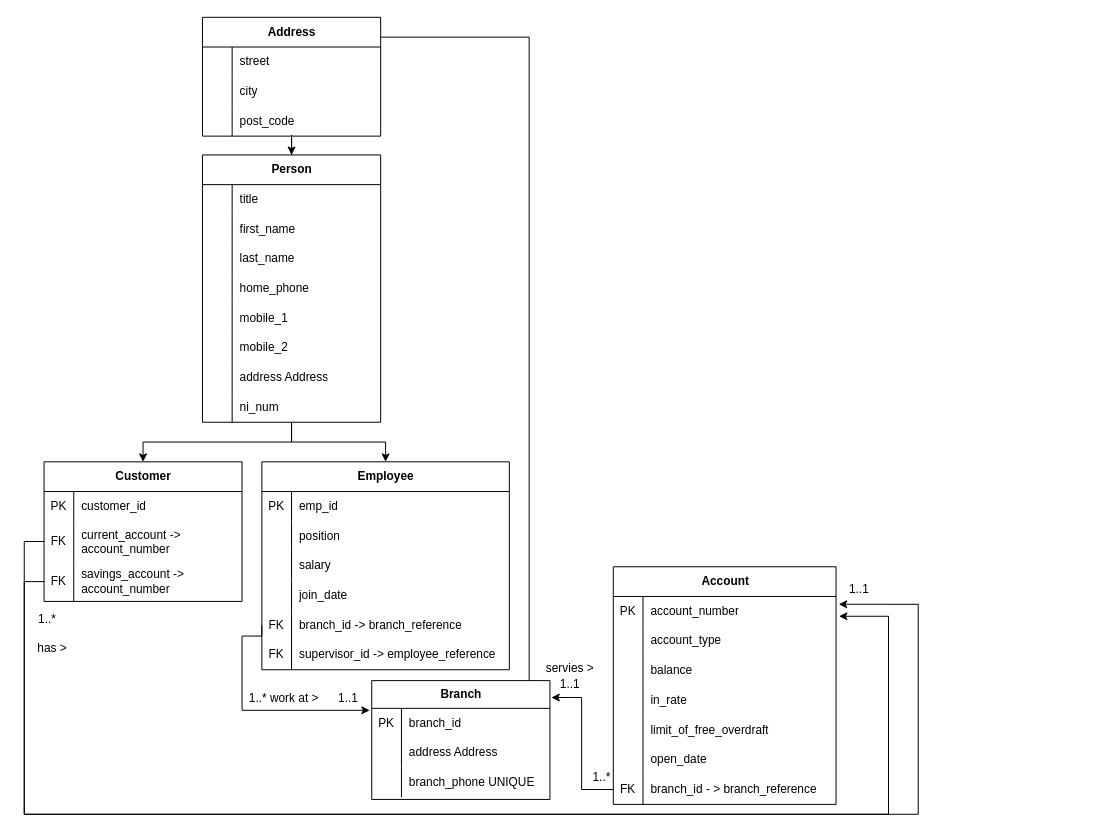
Before: ERD_UPDATE.drawio in ervette/systemathic-design, a draw.io diagram. Source tidied: cells renumbered, new cells numbered last; positions are measured from the earlier drawing's top-left corner, leaving out a move shared by most shapes. Both pictures are drawn from the tidied source at 99%, with x=0, y=0 at pixel (24, 17).
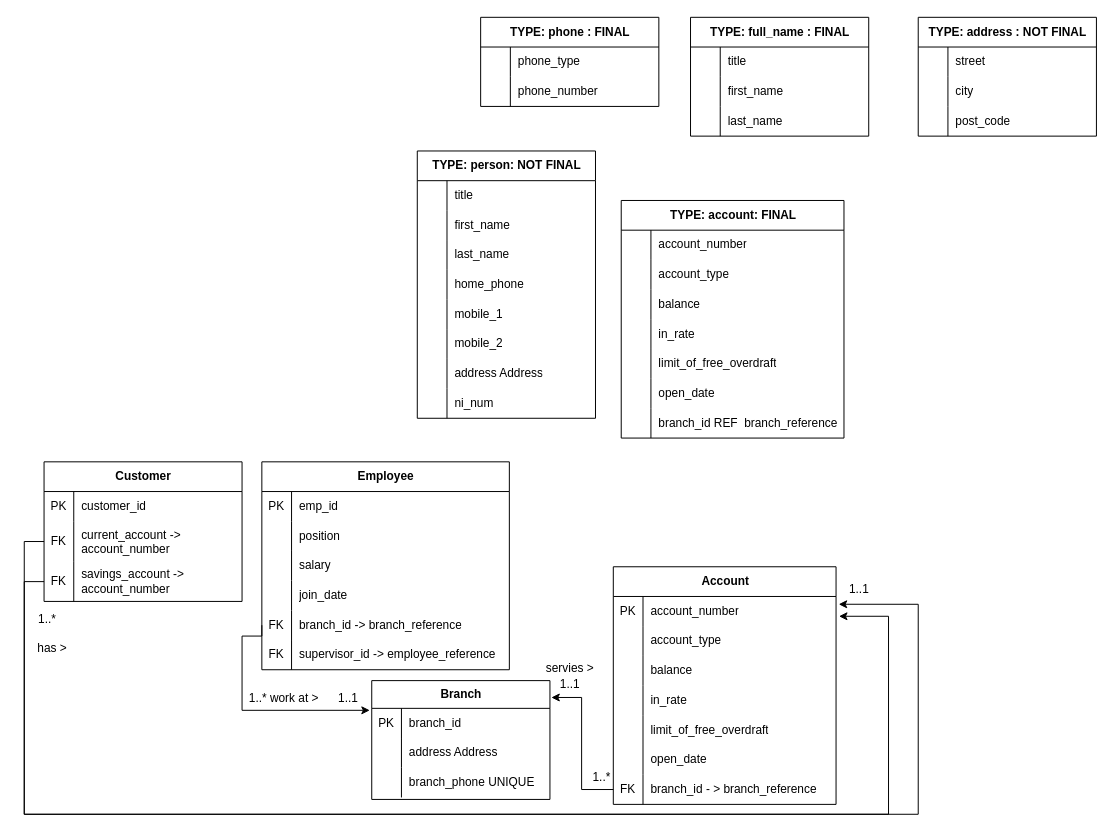
After the change.

The change refers to these unchanged cells:
```xml
<mxCell id="41" value="Employee" style="shape=table;startSize=30;childLayout=tableLayout;rowLines=0;fontStyle=1;align=center;html=1;" parent="1" vertex="1">
  <mxGeometry x="240" y="449" width="250" height="210" as="geometry" />
</mxCell>
<mxCell id="60" value="Customer" style="shape=table;startSize=30;childLayout=tableLayout;rowLines=0;fontStyle=1;align=center;html=1;" parent="1" vertex="1">
  <mxGeometry x="20" y="449" width="200" height="141" as="geometry" />
</mxCell>
```

Change to the diagram source:
```diff
@@
-    <mxCell id="2" style="edgeStyle=orthogonalEdgeStyle;rounded=0;jettySize=auto;html=1;entryX=0.5;entryY=0;entryDx=0;entryDy=0;" parent="1" edge="1" source="4" target="16">
-      <mxGeometry relative="1" as="geometry" />
-    </mxCell>
-    <mxCell id="3" style="edgeStyle=orthogonalEdgeStyle;rounded=0;jettySize=auto;html=1;" parent="1" edge="1" source="4">
-      <mxGeometry relative="1" as="geometry">
-        <mxPoint x="510" y="691" as="targetPoint" />
-        <Array as="points">
-          <mxPoint x="510" y="20" />
-          <mxPoint x="510" y="691" />
-        </Array>
-      </mxGeometry>
-    </mxCell>
-    <mxCell id="4" value="Address" style="shape=table;startSize=30;childLayout=tableLayout;rowLines=0;fontStyle=1;align=center;html=1;" parent="1" vertex="1">
-      <mxGeometry x="180" width="180" height="120" as="geometry" />
+    <mxCell id="4" value="TYPE: address : NOT FINAL" style="shape=table;startSize=30;childLayout=tableLayout;rowLines=0;fontStyle=1;align=center;html=1;" parent="1" vertex="1">
+      <mxGeometry x="903" width="180" height="120" as="geometry" />
     </mxCell>
@@
-    <mxCell id="14" style="edgeStyle=orthogonalEdgeStyle;rounded=0;jettySize=auto;html=1;entryX=0.5;entryY=0;entryDx=0;entryDy=0;" parent="1" edge="1" source="16" target="41">
-      <mxGeometry relative="1" as="geometry" />
-    </mxCell>
-    <mxCell id="15" style="edgeStyle=orthogonalEdgeStyle;rounded=0;jettySize=auto;html=1;entryX=0.5;entryY=0;entryDx=0;entryDy=0;" parent="1" edge="1" source="16" target="60">
-      <mxGeometry relative="1" as="geometry" />
-    </mxCell>
-    <mxCell id="16" value="Person" style="shape=table;startSize=30;childLayout=tableLayout;rowLines=0;fontStyle=1;align=center;html=1;" parent="1" vertex="1">
-      <mxGeometry x="180" y="139" width="180" height="270" as="geometry" />
+    <mxCell id="16" value="TYPE: person: NOT FINAL" style="shape=table;startSize=30;childLayout=tableLayout;rowLines=0;fontStyle=1;align=center;html=1;" parent="1" vertex="1">
+      <mxGeometry x="397" y="135" width="180" height="270" as="geometry" />
     </mxCell>
@@
+    <mxCell id="114" value="TYPE: full_name : FINAL" style="shape=table;startSize=30;childLayout=tableLayout;rowLines=0;fontStyle=1;align=center;html=1;" parent="1" vertex="1">
+      <mxGeometry x="673" width="180" height="120" as="geometry" />
+    </mxCell>
+    <mxCell id="115" style="shape=tableRow;horizontal=0;startSize=0;swimlaneHead=0;swimlaneBody=0;fillColor=none;top=0;left=0;right=0;bottom=0;" parent="114" vertex="1">
+      <mxGeometry y="30" width="180" height="30" as="geometry" />
+    </mxCell>
+    <mxCell id="116" style="shape=partialRectangle;fillColor=none;top=0;left=0;bottom=0;right=0;overflow=hidden;whiteSpace=wrap;html=1;" parent="115" vertex="1">
+      <mxGeometry width="30" height="30" as="geometry" />
+    </mxCell>
+    <mxCell id="117" value="title" style="shape=partialRectangle;fillColor=none;top=0;left=0;bottom=0;right=0;align=left;spacingLeft=6;overflow=hidden;whiteSpace=wrap;html=1;" parent="115" vertex="1">
+      <mxGeometry x="30" width="150" height="30" as="geometry" />
+    </mxCell>
+    <mxCell id="118" style="shape=tableRow;horizontal=0;startSize=0;swimlaneHead=0;swimlaneBody=0;fillColor=none;top=0;left=0;right=0;bottom=0;" parent="114" vertex="1">
+      <mxGeometry y="60" width="180" height="30" as="geometry" />
+    </mxCell>
+    <mxCell id="119" style="shape=partialRectangle;fillColor=none;top=0;left=0;bottom=0;right=0;overflow=hidden;whiteSpace=wrap;html=1;" parent="118" vertex="1">
+      <mxGeometry width="30" height="30" as="geometry" />
+    </mxCell>
+    <mxCell id="120" value="first_name" style="shape=partialRectangle;fillColor=none;top=0;left=0;bottom=0;right=0;align=left;spacingLeft=6;overflow=hidden;whiteSpace=wrap;html=1;" parent="118" vertex="1">
+      <mxGeometry x="30" width="150" height="30" as="geometry" />
+    </mxCell>
+    <mxCell id="121" style="shape=tableRow;horizontal=0;startSize=0;swimlaneHead=0;swimlaneBody=0;fillColor=none;top=0;left=0;right=0;bottom=0;" parent="114" vertex="1">
+      <mxGeometry y="90" width="180" height="30" as="geometry" />
+    </mxCell>
+    <mxCell id="122" style="shape=partialRectangle;fillColor=none;top=0;left=0;bottom=0;right=0;overflow=hidden;whiteSpace=wrap;html=1;" parent="121" vertex="1">
+      <mxGeometry width="30" height="30" as="geometry" />
+    </mxCell>
+    <mxCell id="123" value="last_name" style="shape=partialRectangle;fillColor=none;top=0;left=0;bottom=0;right=0;align=left;spacingLeft=6;overflow=hidden;whiteSpace=wrap;html=1;" parent="121" vertex="1">
+      <mxGeometry x="30" width="150" height="30" as="geometry" />
+    </mxCell>
+    <mxCell id="124" value="TYPE: phone : FINAL" style="shape=table;startSize=30;childLayout=tableLayout;rowLines=0;fontStyle=1;align=center;html=1;" parent="1" vertex="1">
+      <mxGeometry x="461" width="180" height="90" as="geometry" />
+    </mxCell>
+    <mxCell id="125" style="shape=tableRow;horizontal=0;startSize=0;swimlaneHead=0;swimlaneBody=0;fillColor=none;top=0;left=0;right=0;bottom=0;" parent="124" vertex="1">
+      <mxGeometry y="30" width="180" height="30" as="geometry" />
+    </mxCell>
+    <mxCell id="126" style="shape=partialRectangle;fillColor=none;top=0;left=0;bottom=0;right=0;overflow=hidden;whiteSpace=wrap;html=1;" parent="125" vertex="1">
+      <mxGeometry width="30" height="30" as="geometry" />
+    </mxCell>
+    <mxCell id="127" value="phone_type" style="shape=partialRectangle;fillColor=none;top=0;left=0;bottom=0;right=0;align=left;spacingLeft=6;overflow=hidden;whiteSpace=wrap;html=1;" parent="125" vertex="1">
+      <mxGeometry x="30" width="150" height="30" as="geometry" />
+    </mxCell>
+    <mxCell id="128" style="shape=tableRow;horizontal=0;startSize=0;swimlaneHead=0;swimlaneBody=0;fillColor=none;top=0;left=0;right=0;bottom=0;" parent="124" vertex="1">
+      <mxGeometry y="60" width="180" height="30" as="geometry" />
+    </mxCell>
+    <mxCell id="129" style="shape=partialRectangle;fillColor=none;top=0;left=0;bottom=0;right=0;overflow=hidden;whiteSpace=wrap;html=1;" parent="128" vertex="1">
+      <mxGeometry width="30" height="30" as="geometry" />
+    </mxCell>
+    <mxCell id="130" value="phone_number" style="shape=partialRectangle;fillColor=none;top=0;left=0;bottom=0;right=0;align=left;spacingLeft=6;overflow=hidden;whiteSpace=wrap;html=1;" parent="128" vertex="1">
+      <mxGeometry x="30" width="150" height="30" as="geometry" />
+    </mxCell>
+    <mxCell id="131" value="TYPE: account: FINAL" style="shape=table;startSize=30;childLayout=tableLayout;rowLines=0;fontStyle=1;align=center;html=1;" parent="1" vertex="1">
+      <mxGeometry x="603" y="185" width="225" height="240" as="geometry" />
+    </mxCell>
+    <mxCell id="132" style="shape=tableRow;horizontal=0;startSize=0;swimlaneHead=0;swimlaneBody=0;fillColor=none;top=0;left=0;right=0;bottom=0;" parent="131" vertex="1">
+      <mxGeometry y="30" width="225" height="30" as="geometry" />
+    </mxCell>
+    <mxCell id="133" style="shape=partialRectangle;fillColor=none;top=0;left=0;bottom=0;right=0;overflow=hidden;whiteSpace=wrap;html=1;" parent="132" vertex="1">
+      <mxGeometry width="30" height="30" as="geometry" />
+    </mxCell>
+    <mxCell id="134" value="account_number" style="shape=partialRectangle;fillColor=none;top=0;left=0;bottom=0;right=0;align=left;spacingLeft=6;overflow=hidden;whiteSpace=wrap;html=1;" parent="132" vertex="1">
+      <mxGeometry x="30" width="195" height="30" as="geometry" />
+    </mxCell>
+    <mxCell id="135" style="shape=tableRow;horizontal=0;startSize=0;swimlaneHead=0;swimlaneBody=0;fillColor=none;top=0;left=0;right=0;bottom=0;" parent="131" vertex="1">
+      <mxGeometry y="60" width="225" height="30" as="geometry" />
+    </mxCell>
+    <mxCell id="136" style="shape=partialRectangle;fillColor=none;top=0;left=0;bottom=0;right=0;overflow=hidden;whiteSpace=wrap;html=1;" parent="135" vertex="1">
+      <mxGeometry width="30" height="30" as="geometry" />
+    </mxCell>
+    <mxCell id="137" value="account_type" style="shape=partialRectangle;fillColor=none;top=0;left=0;bottom=0;right=0;align=left;spacingLeft=6;overflow=hidden;whiteSpace=wrap;html=1;" parent="135" vertex="1">
+      <mxGeometry x="30" width="195" height="30" as="geometry" />
+    </mxCell>
+    <mxCell id="138" style="shape=tableRow;horizontal=0;startSize=0;swimlaneHead=0;swimlaneBody=0;fillColor=none;top=0;left=0;right=0;bottom=0;" parent="131" vertex="1">
+      <mxGeometry y="90" width="225" height="30" as="geometry" />
+    </mxCell>
+    <mxCell id="139" style="shape=partialRectangle;fillColor=none;top=0;left=0;bottom=0;right=0;overflow=hidden;whiteSpace=wrap;html=1;" parent="138" vertex="1">
+      <mxGeometry width="30" height="30" as="geometry" />
+    </mxCell>
+    <mxCell id="140" value="balance" style="shape=partialRectangle;fillColor=none;top=0;left=0;bottom=0;right=0;align=left;spacingLeft=6;overflow=hidden;whiteSpace=wrap;html=1;" parent="138" vertex="1">
+      <mxGeometry x="30" width="195" height="30" as="geometry" />
+    </mxCell>
+    <mxCell id="141" style="shape=tableRow;horizontal=0;startSize=0;swimlaneHead=0;swimlaneBody=0;fillColor=none;top=0;left=0;right=0;bottom=0;" parent="131" vertex="1">
+      <mxGeometry y="120" width="225" height="30" as="geometry" />
+    </mxCell>
+    <mxCell id="142" style="shape=partialRectangle;fillColor=none;top=0;left=0;bottom=0;right=0;overflow=hidden;whiteSpace=wrap;html=1;" parent="141" vertex="1">
+      <mxGeometry width="30" height="30" as="geometry" />
+    </mxCell>
+    <mxCell id="143" value="in_rate" style="shape=partialRectangle;fillColor=none;top=0;left=0;bottom=0;right=0;align=left;spacingLeft=6;overflow=hidden;whiteSpace=wrap;html=1;" parent="141" vertex="1">
+      <mxGeometry x="30" width="195" height="30" as="geometry" />
+    </mxCell>
+    <mxCell id="144" style="shape=tableRow;horizontal=0;startSize=0;swimlaneHead=0;swimlaneBody=0;fillColor=none;top=0;left=0;right=0;bottom=0;" parent="131" vertex="1">
+      <mxGeometry y="150" width="225" height="30" as="geometry" />
+    </mxCell>
+    <mxCell id="145" style="shape=partialRectangle;fillColor=none;top=0;left=0;bottom=0;right=0;overflow=hidden;whiteSpace=wrap;html=1;" parent="144" vertex="1">
+      <mxGeometry width="30" height="30" as="geometry" />
+    </mxCell>
+    <mxCell id="146" value="limit_of_free_overdraft" style="shape=partialRectangle;fillColor=none;top=0;left=0;bottom=0;right=0;align=left;spacingLeft=6;overflow=hidden;whiteSpace=wrap;html=1;" parent="144" vertex="1">
+      <mxGeometry x="30" width="195" height="30" as="geometry" />
+    </mxCell>
+    <mxCell id="147" style="shape=tableRow;horizontal=0;startSize=0;swimlaneHead=0;swimlaneBody=0;fillColor=none;top=0;left=0;right=0;bottom=0;" parent="131" vertex="1">
+      <mxGeometry y="180" width="225" height="30" as="geometry" />
+    </mxCell>
+    <mxCell id="148" style="shape=partialRectangle;fillColor=none;top=0;left=0;bottom=0;right=0;overflow=hidden;whiteSpace=wrap;html=1;" parent="147" vertex="1">
+      <mxGeometry width="30" height="30" as="geometry" />
+    </mxCell>
+    <mxCell id="149" value="open_date" style="shape=partialRectangle;fillColor=none;top=0;left=0;bottom=0;right=0;align=left;spacingLeft=6;overflow=hidden;whiteSpace=wrap;html=1;" parent="147" vertex="1">
+      <mxGeometry x="30" width="195" height="30" as="geometry" />
+    </mxCell>
+    <mxCell id="150" style="shape=tableRow;horizontal=0;startSize=0;swimlaneHead=0;swimlaneBody=0;fillColor=none;top=0;left=0;right=0;bottom=0;" parent="131" vertex="1">
+      <mxGeometry y="210" width="225" height="30" as="geometry" />
+    </mxCell>
+    <mxCell id="151" style="shape=partialRectangle;fillColor=none;top=0;left=0;bottom=0;right=0;overflow=hidden;whiteSpace=wrap;html=1;" parent="150" vertex="1">
+      <mxGeometry width="30" height="30" as="geometry" />
+    </mxCell>
+    <mxCell id="152" value="branch_id REF &amp;nbsp;branch_reference" style="shape=partialRectangle;fillColor=none;top=0;left=0;bottom=0;right=0;align=left;spacingLeft=6;overflow=hidden;whiteSpace=wrap;html=1;" parent="150" vertex="1">
+      <mxGeometry x="30" width="195" height="30" as="geometry" />
+    </mxCell>
```
